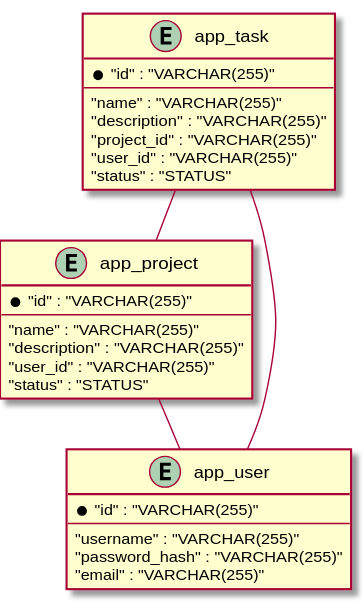
The PlantUML diagram example/tm-sql-to-asciidoc/src/main/asciidoc/erd.svg in denis-volnenko/liquibase-asciidoc-maven-plugin, before a commit. Its source is kept beside it as example/tm-sql-to-asciidoc/src/main/asciidoc/erd.puml.
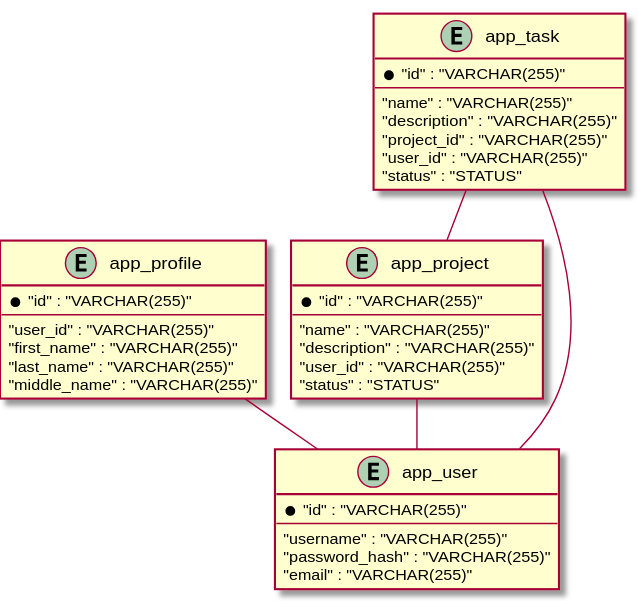
After the change.

Change to the diagram source:
```diff
@@ -1,5 +1,14 @@
 @startuml
-!pragma graphviz_dot jdot
+!pragma layout smetana
+entity "app_profile" {
+    *"id" : "VARCHAR(255)"
+---
+    "user_id" : "VARCHAR(255)"
+    "first_name" : "VARCHAR(255)"
+    "last_name" : "VARCHAR(255)"
+    "middle_name" : "VARCHAR(255)"
+}
+
 entity "app_project" {
     *"id" : "VARCHAR(255)"
 ---
@@ -27,8 +36,9 @@
     "email" : "VARCHAR(255)"
 }
 
+app_profile ||--|| app_user
 app_project }--|| app_user
-app_task ||--|| app_project
+app_task }--|| app_project
 app_task }--|| app_user
 
 @enduml
```
